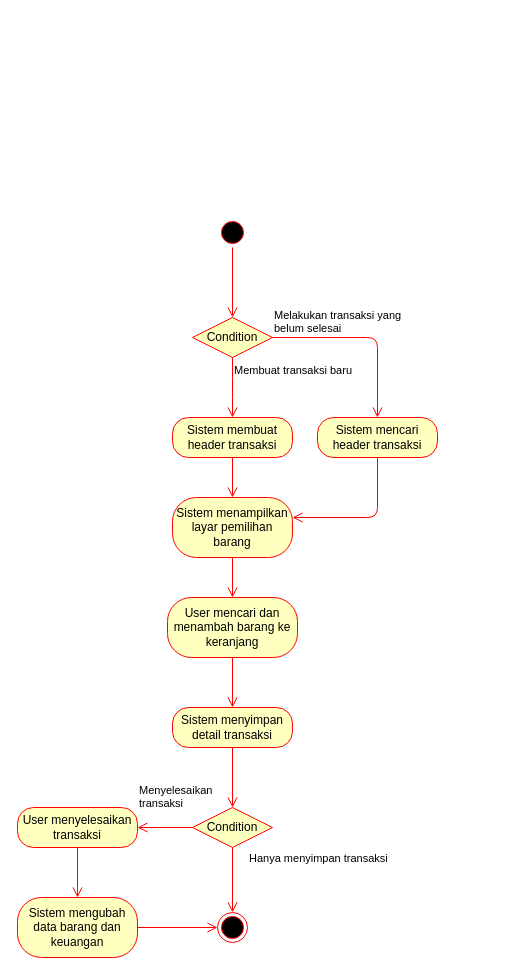
Before: page "Doing Goods Transaction" (3 of 4) of Diagram/Activity Diagram.drawio in ryusu777/dodo-app, a draw.io diagram. Source tidied: cells renumbered, new cells numbered last; positions are measured from the earlier drawing's top-left corner, leaving out a move shared by most shapes. Both pictures are drawn from the tidied source at 100%, with x=0, y=0 at pixel (17, 217).
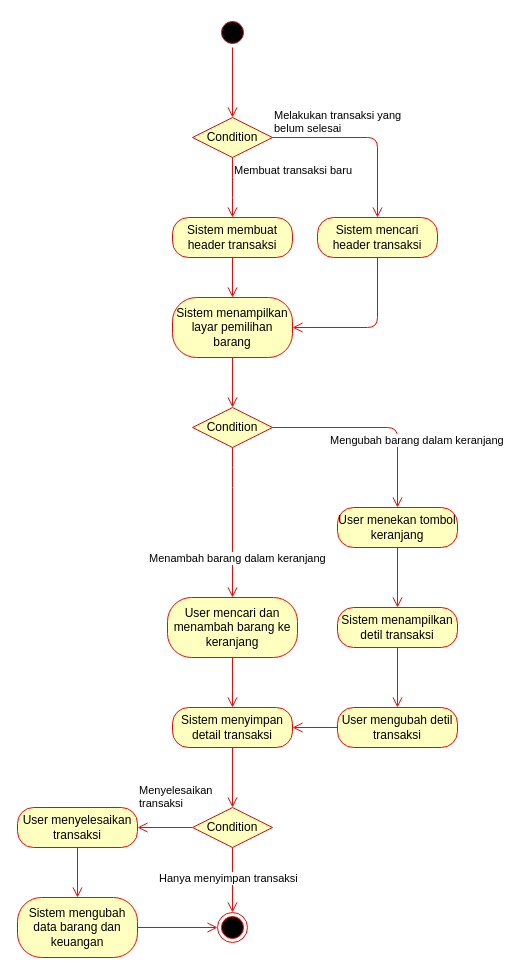
The same diagram, later.

Unchanged cells that the change refers to:
```xml
<mxCell id="2" value="User mencari dan menambah barang ke keranjang" style="rounded=1;whiteSpace=wrap;html=1;arcSize=40;fontColor=#000000;fillColor=#ffffc0;strokeColor=#ff0000;" parent="1" vertex="1">
  <mxGeometry x="150" y="380" width="130" height="60" as="geometry" />
</mxCell>
<mxCell id="4" value="Sistem menyimpan detail transaksi" style="rounded=1;whiteSpace=wrap;html=1;arcSize=40;fontColor=#000000;fillColor=#ffffc0;strokeColor=#ff0000;" parent="1" vertex="1">
  <mxGeometry x="155" y="490" width="120" height="40" as="geometry" />
</mxCell>
<mxCell id="6" value="Condition" style="rhombus;whiteSpace=wrap;html=1;fillColor=#ffffc0;strokeColor=#ff0000;" parent="1" vertex="1">
  <mxGeometry x="175" y="590" width="80" height="40" as="geometry" />
</mxCell>
<mxCell id="13" style="ellipse;html=1;shape=endState;fillColor=#000000;strokeColor=#ff0000;" parent="1" vertex="1">
  <mxGeometry x="200" y="695" width="30" height="30" as="geometry" />
</mxCell>
```

Diff of the diagram source:
```diff
@@
-    <mxCell id="3" style="edgeStyle=orthogonalEdgeStyle;html=1;verticalAlign=bottom;endArrow=open;endSize=8;strokeColor=#ff0000;" parent="1" edge="1" source="2" target="4">
-      <mxGeometry relative="1" as="geometry" />
-    </mxCell>
@@
     <mxCell id="7" value="Hanya menyimpan transaksi" style="edgeStyle=orthogonalEdgeStyle;html=1;align=left;verticalAlign=bottom;endArrow=open;endSize=8;strokeColor=#ff0000;" parent="1" edge="1" source="6" target="13">
-      <mxGeometry x="-0.38" y="15" relative="1" as="geometry" />
+      <mxGeometry x="0.23" y="-75" relative="1" as="geometry" />
     </mxCell>
@@
     <mxCell id="14" value="Sistem menampilkan layar pemilihan barang" style="rounded=1;whiteSpace=wrap;html=1;arcSize=40;fontColor=#000000;fillColor=#ffffc0;strokeColor=#ff0000;" parent="1" vertex="1">
-      <mxGeometry x="155" y="280" width="120" height="60" as="geometry" />
+      <mxGeometry x="155" y="80" width="120" height="60" as="geometry" />
     </mxCell>
-    <mxCell id="15" style="edgeStyle=orthogonalEdgeStyle;html=1;verticalAlign=bottom;endArrow=open;endSize=8;strokeColor=#ff0000;" parent="1" edge="1" source="14" target="2">
+    <mxCell id="15" style="edgeStyle=orthogonalEdgeStyle;html=1;verticalAlign=bottom;endArrow=open;endSize=8;strokeColor=#ff0000;" parent="1" edge="1" source="14" target="25">
       <mxGeometry relative="1" as="geometry" />
     </mxCell>
     <mxCell id="16" style="ellipse;html=1;shape=startState;fillColor=#000000;strokeColor=#ff0000;" parent="1" vertex="1">
-      <mxGeometry x="200" width="30" height="30" as="geometry" />
+      <mxGeometry x="200" y="-200" width="30" height="30" as="geometry" />
     </mxCell>
@@
     <mxCell id="18" value="Condition" style="rhombus;whiteSpace=wrap;html=1;fillColor=#ffffc0;strokeColor=#ff0000;" parent="1" vertex="1">
-      <mxGeometry x="175" y="100" width="80" height="40" as="geometry" />
+      <mxGeometry x="175" y="-100" width="80" height="40" as="geometry" />
     </mxCell>
@@
     <mxCell id="20" value="Membuat transaksi baru" style="edgeStyle=orthogonalEdgeStyle;html=1;align=left;verticalAlign=top;endArrow=open;endSize=8;strokeColor=#ff0000;" parent="1" edge="1" source="18">
       <mxGeometry x="-1" relative="1" as="geometry">
-        <mxPoint x="215" y="200" as="targetPoint" />
+        <mxPoint x="215" as="targetPoint" />
       </mxGeometry>
     </mxCell>
     <mxCell id="21" value="Sistem mencari header transaksi" style="rounded=1;whiteSpace=wrap;html=1;arcSize=40;fontColor=#000000;fillColor=#ffffc0;strokeColor=#ff0000;" parent="1" vertex="1">
-      <mxGeometry x="300" y="200" width="120" height="40" as="geometry" />
+      <mxGeometry x="300" width="120" height="40" as="geometry" />
     </mxCell>
     <mxCell id="22" style="edgeStyle=orthogonalEdgeStyle;html=1;verticalAlign=bottom;endArrow=open;endSize=8;strokeColor=#ff0000;" parent="1" edge="1" source="21" target="14">
       <mxGeometry relative="1" as="geometry">
         <Array as="points">
-          <mxPoint x="360" y="300" />
+          <mxPoint x="360" y="110" />
         </Array>
       </mxGeometry>
     </mxCell>
     <mxCell id="23" value="Sistem membuat header transaksi" style="rounded=1;whiteSpace=wrap;html=1;arcSize=40;fontColor=#000000;fillColor=#ffffc0;strokeColor=#ff0000;" parent="1" vertex="1">
-      <mxGeometry x="155" y="200" width="120" height="40" as="geometry" />
+      <mxGeometry x="155" width="120" height="40" as="geometry" />
     </mxCell>
@@
+    <mxCell id="25" value="Condition" style="rhombus;whiteSpace=wrap;html=1;fillColor=#ffffc0;strokeColor=#ff0000;" parent="1" vertex="1">
+      <mxGeometry x="175" y="190" width="80" height="40" as="geometry" />
+    </mxCell>
+    <mxCell id="26" value="Menambah barang dalam keranjang" style="edgeStyle=orthogonalEdgeStyle;html=1;align=left;verticalAlign=bottom;endArrow=open;endSize=8;strokeColor=#ff0000;" parent="1" edge="1" source="25" target="2">
+      <mxGeometry x="0.6" y="-85" relative="1" as="geometry">
+        <Array as="points">
+          <mxPoint x="215" y="260" />
+          <mxPoint x="215" y="260" />
+        </Array>
+      </mxGeometry>
+    </mxCell>
+    <mxCell id="27" value="Mengubah barang dalam keranjang" style="edgeStyle=orthogonalEdgeStyle;html=1;align=left;verticalAlign=top;endArrow=open;endSize=8;strokeColor=#ff0000;" parent="1" edge="1" source="25" target="28">
+      <mxGeometry x="-0.45" relative="1" as="geometry" />
+    </mxCell>
+    <mxCell id="3" style="edgeStyle=orthogonalEdgeStyle;html=1;verticalAlign=bottom;endArrow=open;endSize=8;strokeColor=#ff0000;" parent="1" edge="1" source="2" target="4">
+      <mxGeometry relative="1" as="geometry" />
+    </mxCell>
+    <mxCell id="28" value="User menekan tombol keranjang" style="rounded=1;whiteSpace=wrap;html=1;arcSize=40;fontColor=#000000;fillColor=#ffffc0;strokeColor=#ff0000;" parent="1" vertex="1">
+      <mxGeometry x="320" y="290" width="120" height="40" as="geometry" />
+    </mxCell>
+    <mxCell id="29" style="edgeStyle=orthogonalEdgeStyle;html=1;verticalAlign=bottom;endArrow=open;endSize=8;strokeColor=#ff0000;" parent="1" edge="1" source="28" target="30">
+      <mxGeometry relative="1" as="geometry" />
+    </mxCell>
+    <mxCell id="30" value="Sistem menampilkan detil transaksi" style="rounded=1;whiteSpace=wrap;html=1;arcSize=40;fontColor=#000000;fillColor=#ffffc0;strokeColor=#ff0000;" parent="1" vertex="1">
+      <mxGeometry x="320" y="390" width="120" height="40" as="geometry" />
+    </mxCell>
+    <mxCell id="31" style="edgeStyle=orthogonalEdgeStyle;html=1;verticalAlign=bottom;endArrow=open;endSize=8;strokeColor=#ff0000;" parent="1" edge="1" source="30" target="32">
+      <mxGeometry relative="1" as="geometry" />
+    </mxCell>
+    <mxCell id="32" value="User mengubah detil transaksi" style="rounded=1;whiteSpace=wrap;html=1;arcSize=40;fontColor=#000000;fillColor=#ffffc0;strokeColor=#ff0000;" parent="1" vertex="1">
+      <mxGeometry x="320" y="490" width="120" height="40" as="geometry" />
+    </mxCell>
+    <mxCell id="33" style="edgeStyle=orthogonalEdgeStyle;html=1;verticalAlign=bottom;endArrow=open;endSize=8;strokeColor=#ff0000;" parent="1" edge="1" source="32" target="4">
+      <mxGeometry relative="1" as="geometry" />
+    </mxCell>
```
